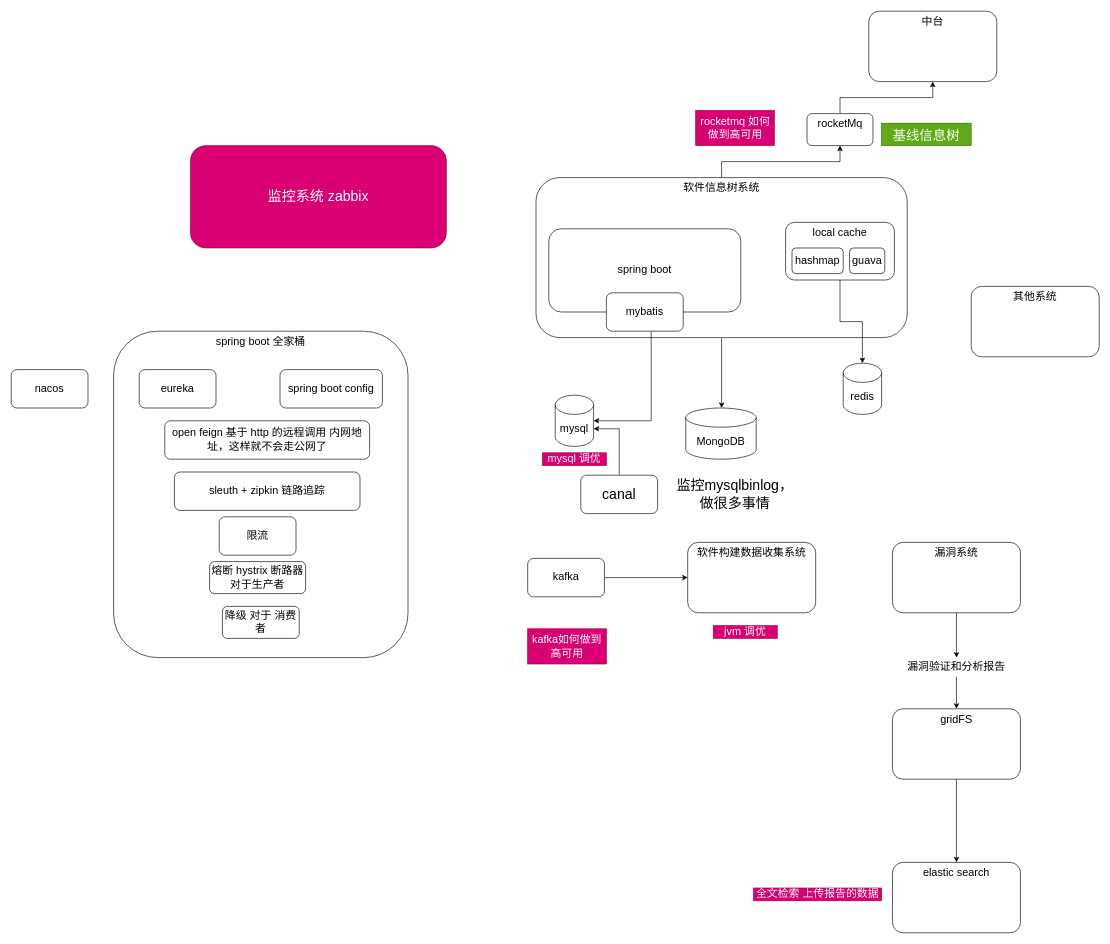
Above: draw notes/projects.drawio in TrumanXia/learn (draw.io), before the change. Source tidied: cells renumbered, new cells numbered last; positions are measured from the earlier drawing's top-left corner, leaving out a move shared by most shapes. Both pictures are drawn from the tidied source at 64%, with x=0, y=0 at pixel (11, 11).
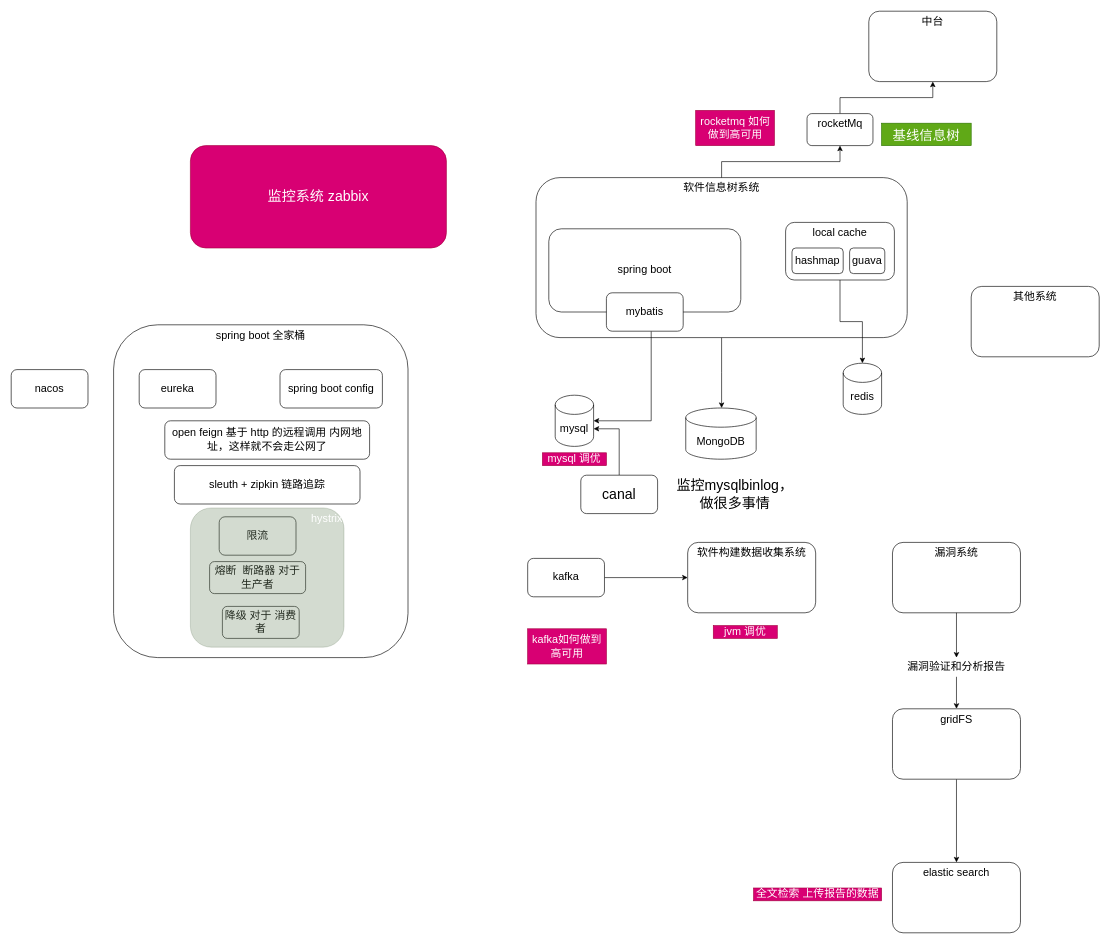
After the change.

Diff of the diagram source:
```diff
@@
     <mxCell id="23" value="spring boot 全家桶" style="rounded=1;whiteSpace=wrap;html=1;fontSize=17;verticalAlign=top;" parent="1" vertex="1">
-      <mxGeometry x="160" y="500" width="460" height="510" as="geometry" />
+      <mxGeometry x="160" y="490" width="460" height="520" as="geometry" />
     </mxCell>
@@
     <mxCell id="28" value="sleuth + zipkin 链路追踪" style="rounded=1;whiteSpace=wrap;html=1;fontSize=17;" parent="1" vertex="1">
-      <mxGeometry x="255" y="720" width="290" height="60" as="geometry" />
+      <mxGeometry x="255" y="710" width="290" height="60" as="geometry" />
     </mxCell>
-    <mxCell id="29" value="熔断 hystrix 断路器 对于生产者" style="rounded=1;whiteSpace=wrap;html=1;fontSize=17;" parent="1" vertex="1">
+    <mxCell id="29" value="熔断&amp;nbsp; 断路器 对于生产者" style="rounded=1;whiteSpace=wrap;html=1;fontSize=17;" parent="1" vertex="1">
       <mxGeometry x="310" y="860" width="150" height="50" as="geometry" />
     </mxCell>
@@
+    <mxCell id="48" value="hystrix" style="rounded=1;whiteSpace=wrap;html=1;fontSize=17;fillColor=#6d8764;strokeColor=#3A5431;fontColor=#ffffff;opacity=30;verticalAlign=top;align=right;" parent="1" vertex="1">
+      <mxGeometry x="280" y="776.2" width="240" height="217.5" as="geometry" />
+    </mxCell>
```
